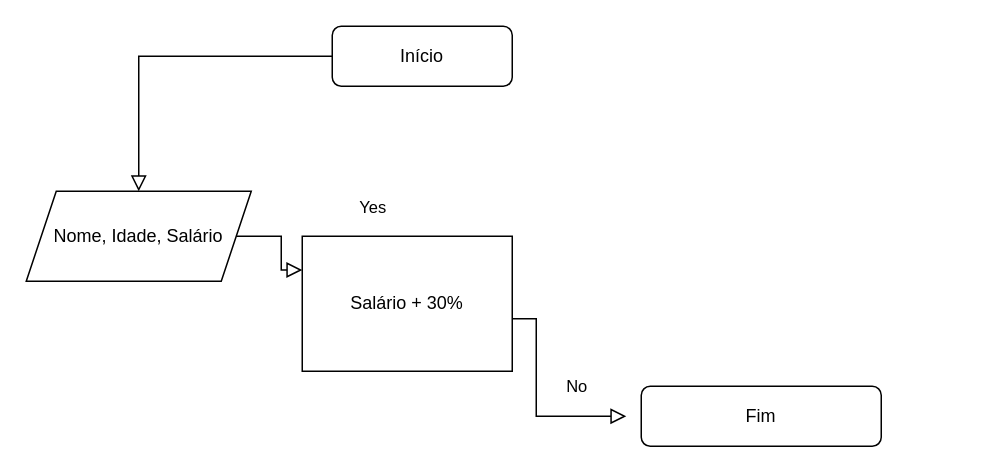
Earlier version of the draw.io diagram Untitled Diagram.drawio (Adair023/Logic-Beginnig-). Source tidied: cells renumbered, new cells numbered last; positions are measured from the earlier drawing's top-left corner, leaving out a move shared by most shapes. Both pictures are drawn from the tidied source at 150%, with x=0, y=0 at pixel (26, 26).
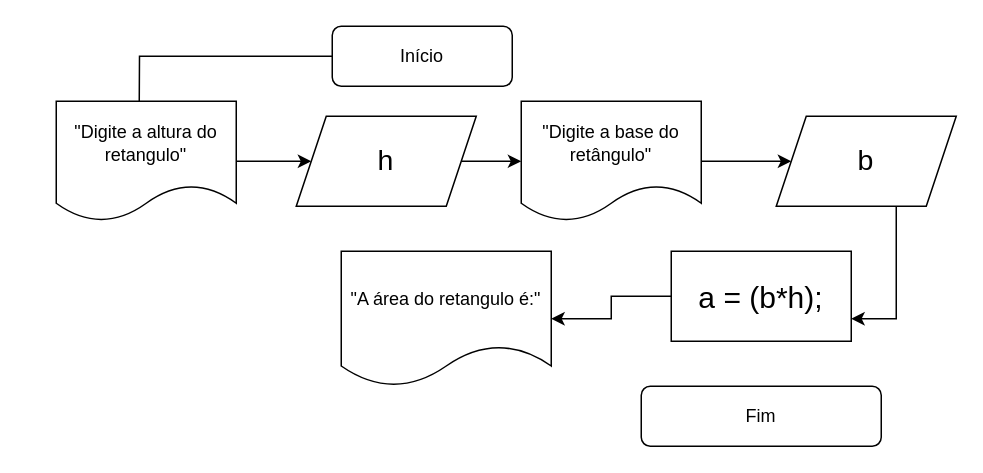
The same page after the edit.

What changed in the source:
```diff
@@
 <mxGraphModel>
   <root>
     <mxCell id="0" />
     <mxCell id="1" parent="0" />
     <mxCell id="2" value="Início" style="rounded=1;whiteSpace=wrap;html=1;fontSize=12;glass=0;strokeWidth=1;shadow=0;" parent="1" vertex="1">
       <mxGeometry x="204" width="120" height="40" as="geometry" />
     </mxCell>
-    <mxCell id="3" value="No" style="rounded=0;html=1;jettySize=auto;fontSize=11;endArrow=block;endFill=0;endSize=8;strokeWidth=1;shadow=0;labelBackgroundColor=none;edgeStyle=orthogonalEdgeStyle;exitX=1;exitY=0.611;exitDx=0;exitDy=0;exitPerimeter=0;" parent="1" edge="1" source="7">
-      <mxGeometry x="0.53" y="20" relative="1" as="geometry">
-        <mxPoint x="400" y="260" as="targetPoint" />
-        <Array as="points">
-          <mxPoint x="340" y="195" />
-          <mxPoint x="340" y="260" />
-        </Array>
-      </mxGeometry>
-    </mxCell>
     <mxCell id="4" value="Fim" style="rounded=1;whiteSpace=wrap;html=1;fontSize=12;glass=0;strokeWidth=1;shadow=0;" parent="1" vertex="1">
       <mxGeometry x="410" y="240" width="160" height="40" as="geometry" />
     </mxCell>
-    <mxCell id="5" value="Nome, Idade, Salário" style="shape=parallelogram;perimeter=parallelogramPerimeter;whiteSpace=wrap;html=1;fixedSize=1;" parent="1" vertex="1">
-      <mxGeometry y="110" width="150" height="60" as="geometry" />
-    </mxCell>
-    <mxCell id="6" style="rounded=0;html=1;jettySize=auto;fontSize=11;endArrow=block;endFill=0;endSize=8;strokeWidth=1;shadow=0;labelBackgroundColor=none;edgeStyle=orthogonalEdgeStyle;" parent="1" edge="1" source="2" target="5">
-      <mxGeometry relative="1" as="geometry" />
+    <mxCell id="6" style="rounded=0;html=1;jettySize=auto;fontSize=11;endArrow=block;endFill=0;endSize=8;strokeWidth=1;shadow=0;labelBackgroundColor=none;edgeStyle=orthogonalEdgeStyle;" parent="1" edge="1" source="2">
+      <mxGeometry relative="1" as="geometry">
+        <mxPoint x="75" y="110" as="targetPoint" />
+      </mxGeometry>
     </mxCell>
-    <mxCell id="7" value="Salário + 30%" style="rounded=0;whiteSpace=wrap;html=1;" parent="1" vertex="1">
-      <mxGeometry x="184" y="140" width="140" height="90" as="geometry" />
-    </mxCell>
-    <mxCell id="8" value="Yes" style="rounded=0;html=1;jettySize=auto;fontSize=11;endArrow=block;endFill=0;endSize=8;strokeWidth=1;shadow=0;labelBackgroundColor=none;edgeStyle=orthogonalEdgeStyle;entryX=0;entryY=0.25;entryDx=0;entryDy=0;" parent="1" edge="1" source="5" target="7">
-      <mxGeometry x="1" y="63" relative="1" as="geometry">
-        <mxPoint x="46" y="21" as="offset" />
-      </mxGeometry>
-    </mxCell>
+    <mxCell id="9" style="edgeStyle=orthogonalEdgeStyle;rounded=0;jettySize=auto;html=1;exitX=1;exitY=0.5;exitDx=0;exitDy=0;" parent="1" edge="1" source="10" target="12">
+      <mxGeometry relative="1" as="geometry" />
+    </mxCell>
+    <mxCell id="10" value="&quot;Digite a altura do retangulo&quot;" style="shape=document;whiteSpace=wrap;html=1;boundedLbl=1;" parent="1" vertex="1">
+      <mxGeometry x="20" y="50" width="120" height="80" as="geometry" />
+    </mxCell>
+    <mxCell id="11" style="edgeStyle=orthogonalEdgeStyle;rounded=0;jettySize=auto;html=1;exitX=1;exitY=0.5;exitDx=0;exitDy=0;" parent="1" edge="1" source="12" target="14">
+      <mxGeometry relative="1" as="geometry" />
+    </mxCell>
+    <mxCell id="12" value="&lt;font style=&quot;font-size: 19px&quot;&gt;h&lt;/font&gt;" style="shape=parallelogram;perimeter=parallelogramPerimeter;whiteSpace=wrap;html=1;fixedSize=1;" parent="1" vertex="1">
+      <mxGeometry x="180" y="60" width="120" height="60" as="geometry" />
+    </mxCell>
+    <mxCell id="13" style="edgeStyle=orthogonalEdgeStyle;rounded=0;jettySize=auto;html=1;" parent="1" edge="1" source="14" target="16">
+      <mxGeometry relative="1" as="geometry" />
+    </mxCell>
+    <mxCell id="14" value="&quot;Digite a base do retângulo&quot;" style="shape=document;whiteSpace=wrap;html=1;boundedLbl=1;" parent="1" vertex="1">
+      <mxGeometry x="330" y="50" width="120" height="80" as="geometry" />
+    </mxCell>
+    <mxCell id="15" style="edgeStyle=orthogonalEdgeStyle;rounded=0;jettySize=auto;html=1;" parent="1" edge="1" source="16" target="18">
+      <mxGeometry relative="1" as="geometry">
+        <Array as="points">
+          <mxPoint x="580" y="195" />
+        </Array>
+      </mxGeometry>
+    </mxCell>
+    <mxCell id="16" value="&lt;font style=&quot;font-size: 19px&quot;&gt;b&lt;/font&gt;" style="shape=parallelogram;perimeter=parallelogramPerimeter;whiteSpace=wrap;html=1;fixedSize=1;" parent="1" vertex="1">
+      <mxGeometry x="500" y="60" width="120" height="60" as="geometry" />
+    </mxCell>
+    <mxCell id="17" style="edgeStyle=orthogonalEdgeStyle;rounded=0;jettySize=auto;html=1;" parent="1" edge="1" source="18" target="19">
+      <mxGeometry relative="1" as="geometry" />
+    </mxCell>
+    <mxCell id="18" value="&lt;font style=&quot;font-size: 20px&quot;&gt;a = (b*h);&lt;/font&gt;" style="whiteSpace=wrap;html=1;" parent="1" vertex="1">
+      <mxGeometry x="430" y="150" width="120" height="60" as="geometry" />
+    </mxCell>
+    <mxCell id="19" value="&quot;A área do retangulo é:&quot;" style="shape=document;whiteSpace=wrap;html=1;boundedLbl=1;" parent="1" vertex="1">
+      <mxGeometry x="210" y="150" width="140" height="90" as="geometry" />
+    </mxCell>
   </root>
 </mxGraphModel>
```
